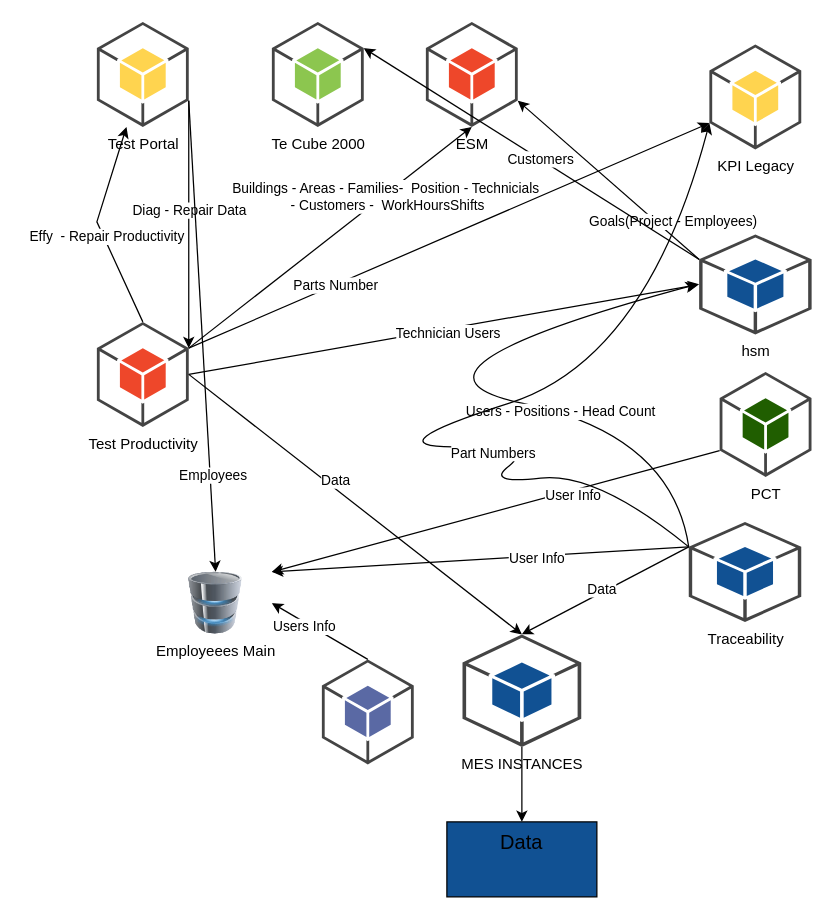
Above: page "Diagrama Actual" (2 of 2) of Untitled Diagram.drawio in byok22/backend (draw.io), before the change. Source tidied: cells renumbered, new cells numbered last; positions are measured from the earlier drawing's top-left corner, leaving out a move shared by most shapes. Both pictures are drawn from the tidied source at 125%, with x=0, y=0 at pixel (96, 21).
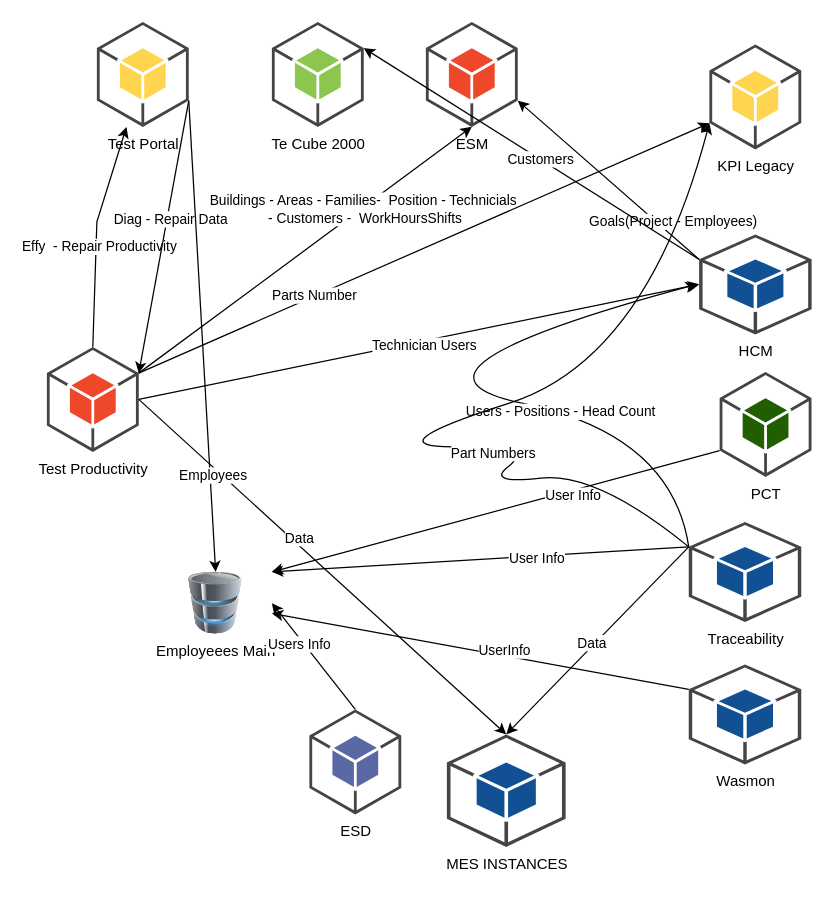
The same page after the edit.

The change refers to these unchanged cells:
```xml
<mxCell id="11" value="Employeees Main" style="image;html=1;image=img/lib/clip_art/computers/Database_128x128.png;" parent="1" vertex="1">
  <mxGeometry x="50" y="440" width="90" height="50" as="geometry" />
</mxCell>
```

Diff of the diagram source:
```diff
@@
     <mxCell id="3" value="Test Productivity" style="outlineConnect=0;dashed=0;verticalLabelPosition=bottom;verticalAlign=top;align=center;html=1;shape=mxgraph.aws3.android;fillColor=#EE472A;gradientColor=none;" parent="1" vertex="1">
-      <mxGeometry y="240" width="73.5" height="84" as="geometry" />
+      <mxGeometry x="-40" y="260" width="73.5" height="84" as="geometry" />
     </mxCell>
@@
-    <mxCell id="5" value="hsm" style="outlineConnect=0;dashed=0;verticalLabelPosition=bottom;verticalAlign=top;align=center;html=1;shape=mxgraph.aws3.android;fillColor=#115193;gradientColor=none;" parent="1" vertex="1">
+    <mxCell id="5" value="HCM" style="outlineConnect=0;dashed=0;verticalLabelPosition=bottom;verticalAlign=top;align=center;html=1;shape=mxgraph.aws3.android;fillColor=#115193;gradientColor=none;" parent="1" vertex="1">
       <mxGeometry x="481.8" y="170" width="90" height="80" as="geometry" />
     </mxCell>
-    <mxCell id="6" style="edgeStyle=orthogonalEdgeStyle;rounded=0;jettySize=auto;html=1;" parent="1" edge="1" source="7" target="8">
-      <mxGeometry relative="1" as="geometry" />
-    </mxCell>
     <mxCell id="7" value="MES INSTANCES" style="outlineConnect=0;dashed=0;verticalLabelPosition=bottom;verticalAlign=top;align=center;html=1;shape=mxgraph.aws3.android;fillColor=#115193;gradientColor=none;" parent="1" vertex="1">
-      <mxGeometry x="292.5" y="490" width="95" height="90" as="geometry" />
+      <mxGeometry x="280" y="570" width="95" height="90" as="geometry" />
     </mxCell>
-    <mxCell id="8" value="&lt;font style=&quot;font-size: 16px;&quot;&gt;Data&lt;/font&gt;" style="whiteSpace=wrap;html=1;verticalAlign=top;fillColor=#115193;dashed=0;gradientColor=none;" parent="1" vertex="1">
-      <mxGeometry x="280" y="640" width="120" height="60" as="geometry" />
-    </mxCell>
@@
-    <mxCell id="40" style="outlineConnect=0;dashed=0;verticalLabelPosition=bottom;verticalAlign=top;align=center;html=1;shape=mxgraph.aws3.android;fillColor=#5A69A4;gradientColor=none;" parent="1" vertex="1">
-      <mxGeometry x="180" y="510" width="73.5" height="84" as="geometry" />
+    <mxCell id="40" value="ESD" style="outlineConnect=0;dashed=0;verticalLabelPosition=bottom;verticalAlign=top;align=center;html=1;shape=mxgraph.aws3.android;fillColor=#5A69A4;gradientColor=none;" parent="1" vertex="1">
+      <mxGeometry x="170" y="550" width="73.5" height="84" as="geometry" />
     </mxCell>
@@
+    <mxCell id="45" value="Wasmon" style="outlineConnect=0;dashed=0;verticalLabelPosition=bottom;verticalAlign=top;align=center;html=1;shape=mxgraph.aws3.android;fillColor=#115193;gradientColor=none;" parent="1" vertex="1">
+      <mxGeometry x="473.5" y="514" width="90" height="80" as="geometry" />
+    </mxCell>
+    <mxCell id="46" style="endArrow=classic;html=1;rounded=0;exitX=0;exitY=0.25;exitDx=0;exitDy=0;exitPerimeter=0;" parent="1" edge="1" source="45" target="11">
+      <mxGeometry relative="1" as="geometry" />
+    </mxCell>
+    <mxCell id="47" value="UserInfo" style="edgeLabel;html=1;align=center;verticalAlign=middle;" parent="46" vertex="1">
+      <mxGeometry x="-0.11" y="-4" relative="1" as="geometry" />
+    </mxCell>
```
